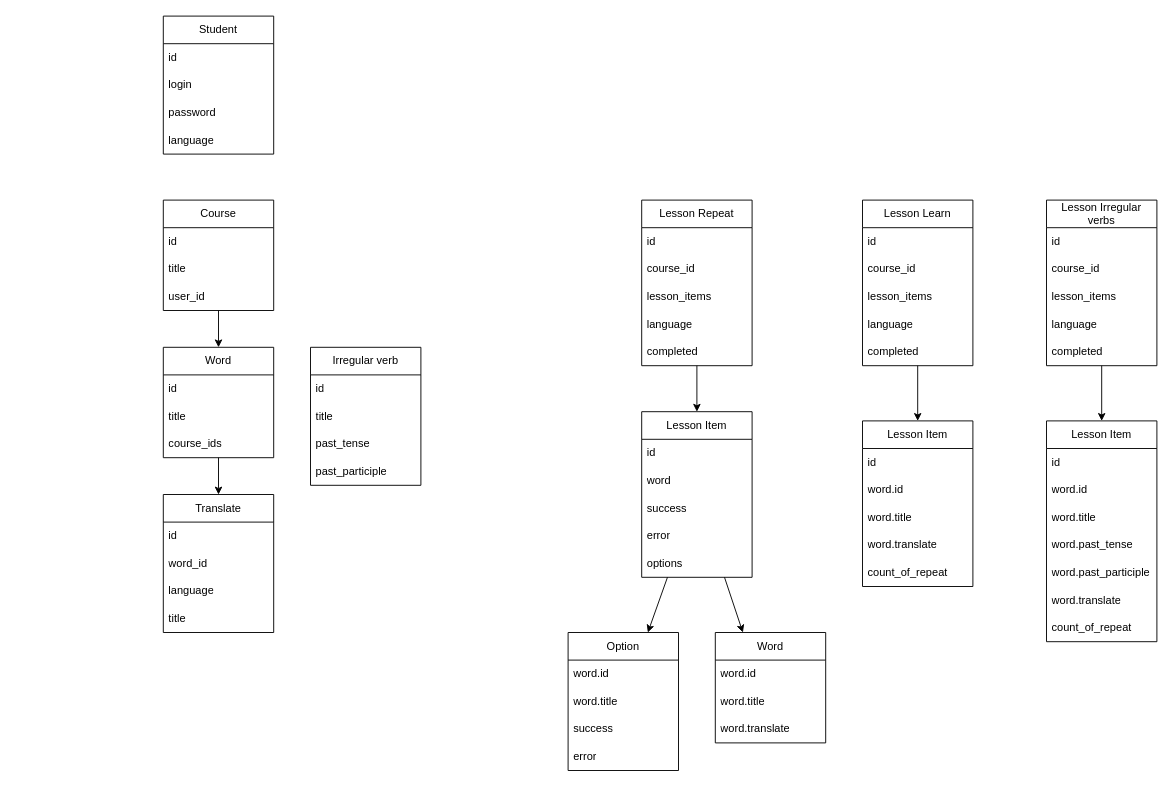
Earlier version of the draw.io diagram page "Page-1" (1 of 2) of docs/scheme.drawio (Igorok/pocket_dictionary). Source tidied: cells renumbered, new cells numbered last; positions are measured from the earlier drawing's top-left corner, leaving out a move shared by most shapes. Both pictures are drawn from the tidied source at 92%, with x=0, y=0 at pixel (163, 16).
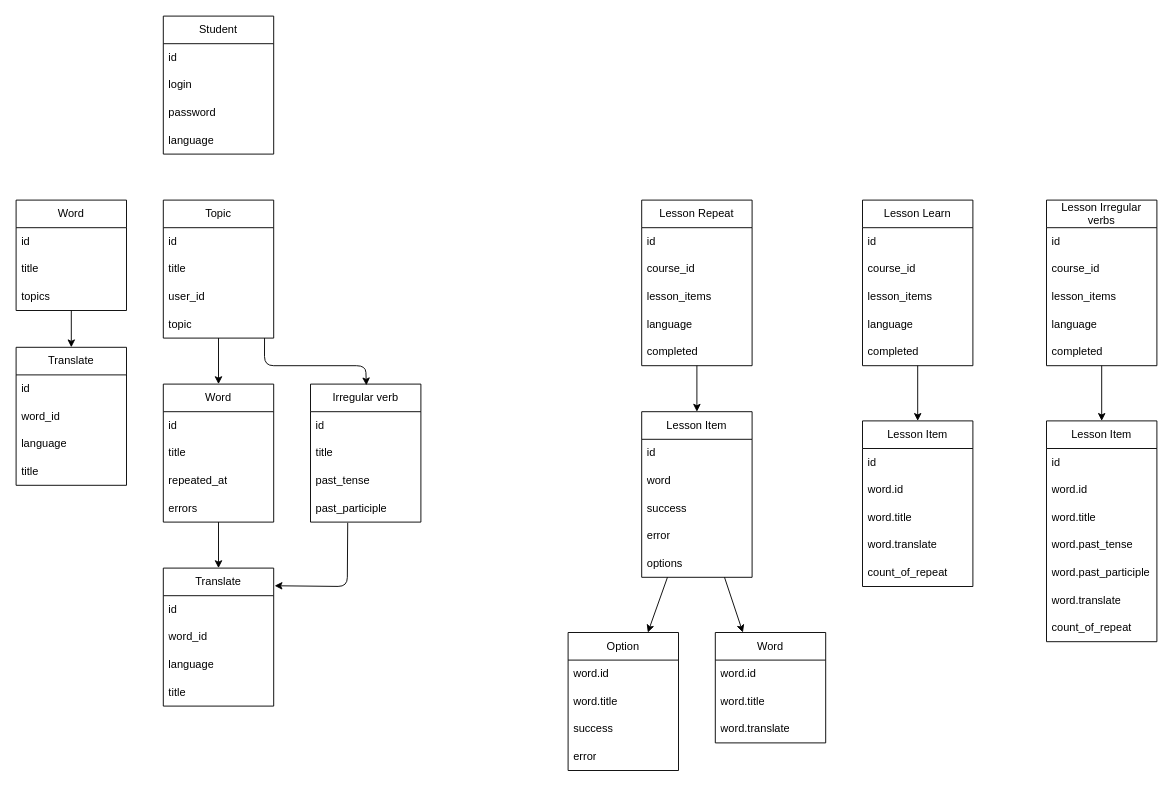
After the change.

Unchanged cells that the change refers to:
```xml
<mxCell id="78" value="past_participle" style="text;strokeColor=none;fillColor=none;align=left;verticalAlign=middle;spacingLeft=4;spacingRight=4;overflow=hidden;points=[[0,0.5],[1,0.5]];portConstraint=eastwest;whiteSpace=wrap;html=1;" parent="74" vertex="1">
  <mxGeometry y="120" width="120" height="30" as="geometry" />
</mxCell>
```

Change to the diagram source:
```diff
@@
-    <mxCell id="8" value="Course" style="swimlane;fontStyle=0;horizontal=1;startSize=30;whiteSpace=wrap;html=1;" parent="1" vertex="1">
-      <mxGeometry y="200" width="120" height="120" as="geometry" />
+    <mxCell id="8" value="Topic" style="swimlane;fontStyle=0;horizontal=1;startSize=30;whiteSpace=wrap;html=1;" parent="1" vertex="1">
+      <mxGeometry y="200" width="120" height="150" as="geometry" />
     </mxCell>
@@
+    <mxCell id="79" value="topic" style="text;strokeColor=none;fillColor=none;align=left;verticalAlign=middle;spacingLeft=4;spacingRight=4;overflow=hidden;points=[[0,0.5],[1,0.5]];portConstraint=eastwest;whiteSpace=wrap;html=1;" parent="8" vertex="1">
+      <mxGeometry y="120" width="120" height="30" as="geometry" />
+    </mxCell>
@@
     <mxCell id="13" value="Word" style="swimlane;fontStyle=0;horizontal=1;startSize=30;whiteSpace=wrap;html=1;" parent="1" vertex="1">
-      <mxGeometry y="360" width="120" height="120" as="geometry" />
+      <mxGeometry y="400" width="120" height="150" as="geometry" />
     </mxCell>
@@
-    <mxCell id="16" value="course_ids" style="text;strokeColor=none;fillColor=none;align=left;verticalAlign=middle;spacingLeft=4;spacingRight=4;overflow=hidden;whiteSpace=wrap;html=1;" parent="13" vertex="1">
-      <mxGeometry y="90" width="120" height="30" as="geometry" />
-    </mxCell>
+    <mxCell id="80" value="repeated_at" style="text;strokeColor=none;fillColor=none;align=left;verticalAlign=middle;spacingLeft=4;spacingRight=4;overflow=hidden;whiteSpace=wrap;html=1;" parent="13" vertex="1">
+      <mxGeometry y="90" width="120" height="30" as="geometry" />
+    </mxCell>
+    <mxCell id="81" value="errors" style="text;strokeColor=none;fillColor=none;align=left;verticalAlign=middle;spacingLeft=4;spacingRight=4;overflow=hidden;whiteSpace=wrap;html=1;" parent="13" vertex="1">
+      <mxGeometry y="120" width="120" height="30" as="geometry" />
+    </mxCell>
     <mxCell id="17" value="Translate" style="swimlane;fontStyle=0;horizontal=1;startSize=30;whiteSpace=wrap;html=1;" parent="1" vertex="1">
-      <mxGeometry y="520" width="120" height="150" as="geometry" />
+      <mxGeometry y="600" width="120" height="150" as="geometry" />
     </mxCell>
@@
+    <mxCell id="82" style="edgeStyle=none;html=1;entryX=1.008;entryY=0.128;entryDx=0;entryDy=0;entryPerimeter=0;exitX=0.337;exitY=1.025;exitDx=0;exitDy=0;exitPerimeter=0;" parent="1" edge="1" source="78" target="17">
+      <mxGeometry relative="1" as="geometry">
+        <Array as="points">
+          <mxPoint x="200" y="620" />
+        </Array>
+      </mxGeometry>
+    </mxCell>
     <mxCell id="74" value="Irregular verb" style="swimlane;fontStyle=0;horizontal=1;startSize=30;whiteSpace=wrap;html=1;" parent="1" vertex="1">
-      <mxGeometry x="160" y="360" width="120" height="150" as="geometry" />
+      <mxGeometry x="160" y="400" width="120" height="150" as="geometry" />
     </mxCell>
@@
+    <mxCell id="83" style="edgeStyle=none;html=1;entryX=0.5;entryY=0;entryDx=0;entryDy=0;" parent="1" edge="1" source="84" target="88">
+      <mxGeometry relative="1" as="geometry" />
+    </mxCell>
+    <mxCell id="84" value="Word" style="swimlane;fontStyle=0;horizontal=1;startSize=30;whiteSpace=wrap;html=1;" parent="1" vertex="1">
+      <mxGeometry x="-160" y="200" width="120" height="120" as="geometry" />
+    </mxCell>
+    <mxCell id="85" value="id" style="text;strokeColor=none;fillColor=none;align=left;verticalAlign=middle;spacingLeft=4;spacingRight=4;overflow=hidden;whiteSpace=wrap;html=1;" parent="84" vertex="1">
+      <mxGeometry y="30" width="120" height="30" as="geometry" />
+    </mxCell>
+    <mxCell id="86" value="title" style="text;strokeColor=none;fillColor=none;align=left;verticalAlign=middle;spacingLeft=4;spacingRight=4;overflow=hidden;whiteSpace=wrap;html=1;" parent="84" vertex="1">
+      <mxGeometry y="60" width="120" height="30" as="geometry" />
+    </mxCell>
+    <mxCell id="87" value="topics" style="text;strokeColor=none;fillColor=none;align=left;verticalAlign=middle;spacingLeft=4;spacingRight=4;overflow=hidden;whiteSpace=wrap;html=1;" parent="84" vertex="1">
+      <mxGeometry y="90" width="120" height="30" as="geometry" />
+    </mxCell>
+    <mxCell id="88" value="Translate" style="swimlane;fontStyle=0;horizontal=1;startSize=30;whiteSpace=wrap;html=1;" parent="1" vertex="1">
+      <mxGeometry x="-160" y="360" width="120" height="150" as="geometry" />
+    </mxCell>
+    <mxCell id="89" value="id" style="text;strokeColor=none;fillColor=none;align=left;verticalAlign=middle;spacingLeft=4;spacingRight=4;overflow=hidden;whiteSpace=wrap;html=1;" parent="88" vertex="1">
+      <mxGeometry y="30" width="120" height="30" as="geometry" />
+    </mxCell>
+    <mxCell id="90" value="word_id" style="text;strokeColor=none;fillColor=none;align=left;verticalAlign=middle;spacingLeft=4;spacingRight=4;overflow=hidden;whiteSpace=wrap;html=1;" parent="88" vertex="1">
+      <mxGeometry y="60" width="120" height="30" as="geometry" />
+    </mxCell>
+    <mxCell id="91" value="language" style="text;strokeColor=none;fillColor=none;align=left;verticalAlign=middle;spacingLeft=4;spacingRight=4;overflow=hidden;whiteSpace=wrap;html=1;" parent="88" vertex="1">
+      <mxGeometry y="90" width="120" height="30" as="geometry" />
+    </mxCell>
+    <mxCell id="92" value="title" style="text;strokeColor=none;fillColor=none;align=left;verticalAlign=middle;spacingLeft=4;spacingRight=4;overflow=hidden;whiteSpace=wrap;html=1;" parent="88" vertex="1">
+      <mxGeometry y="120" width="120" height="30" as="geometry" />
+    </mxCell>
+    <mxCell id="93" style="edgeStyle=none;html=1;entryX=0.506;entryY=0.009;entryDx=0;entryDy=0;entryPerimeter=0;exitX=0.917;exitY=1;exitDx=0;exitDy=0;exitPerimeter=0;" parent="1" edge="1" source="79" target="74">
+      <mxGeometry relative="1" as="geometry">
+        <Array as="points">
+          <mxPoint x="110" y="380" />
+          <mxPoint x="220" y="380" />
+        </Array>
+      </mxGeometry>
+    </mxCell>
```
